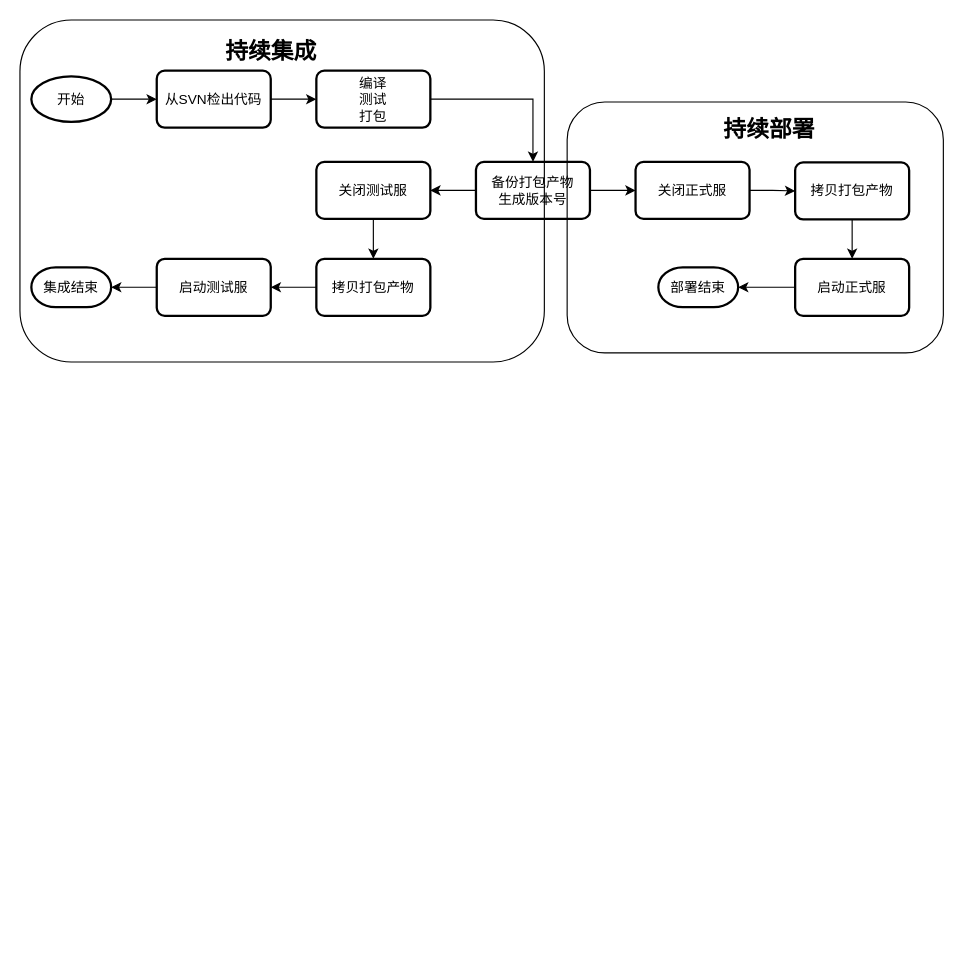
juzq/draw keeps this draw.io diagram as blog/2019/07/canglong_ci/ci_cd.drawio. Above is the earlier version. Source tidied: cells renumbered, new cells numbered last; positions are measured from the earlier drawing's top-left corner, leaving out a move shared by most shapes. Both pictures are drawn from the tidied source at 114%, with x=0, y=0 at pixel (19, 19).
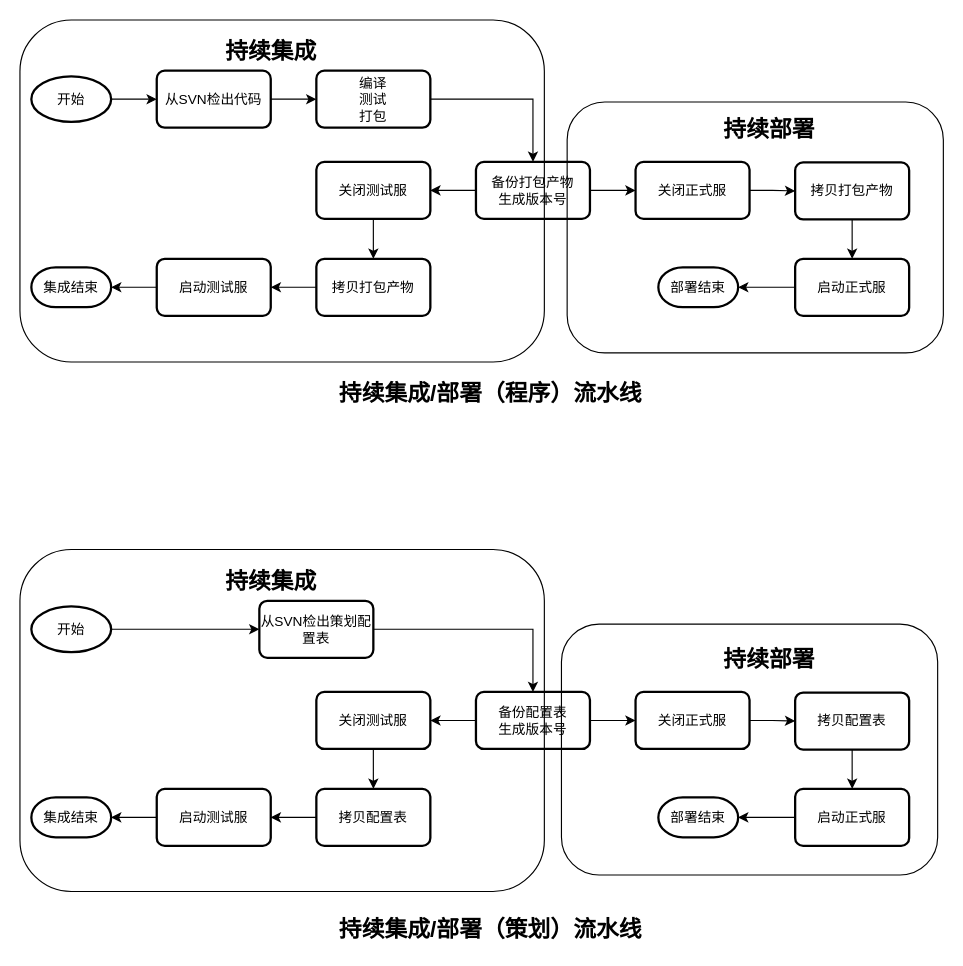
The same page after the edit.

Commit message:
策划流水线

Change to the diagram source:
```diff
@@
+    <mxCell id="29" style="edgeStyle=orthogonalEdgeStyle;rounded=0;jettySize=auto;html=1;" parent="1" edge="1" source="30" target="32">
+      <mxGeometry relative="1" as="geometry" />
+    </mxCell>
+    <mxCell id="30" value="开始" style="strokeWidth=2;html=1;shape=mxgraph.flowchart.start_1;whiteSpace=wrap;" parent="1" vertex="1">
+      <mxGeometry x="10" y="514.5" width="70" height="40" as="geometry" />
+    </mxCell>
+    <mxCell id="31" style="edgeStyle=orthogonalEdgeStyle;rounded=0;jettySize=auto;html=1;entryX=0.5;entryY=0;entryDx=0;entryDy=0;fontSize=20;" parent="1" edge="1" source="32" target="35">
+      <mxGeometry relative="1" as="geometry" />
+    </mxCell>
+    <mxCell id="32" value="从SVN检出策划配置表" style="rounded=1;whiteSpace=wrap;html=1;absoluteArcSize=1;arcSize=14;strokeWidth=2;" parent="1" vertex="1">
+      <mxGeometry x="210" y="509.5" width="100" height="50" as="geometry" />
+    </mxCell>
+    <mxCell id="33" style="edgeStyle=orthogonalEdgeStyle;rounded=0;jettySize=auto;html=1;exitX=0;exitY=0.5;exitDx=0;exitDy=0;entryX=1;entryY=0.5;entryDx=0;entryDy=0;" parent="1" edge="1" source="35" target="37">
+      <mxGeometry relative="1" as="geometry" />
+    </mxCell>
+    <mxCell id="34" style="edgeStyle=orthogonalEdgeStyle;rounded=0;jettySize=auto;html=1;" parent="1" edge="1" source="35" target="44">
+      <mxGeometry relative="1" as="geometry" />
+    </mxCell>
+    <mxCell id="35" value="&lt;div&gt;备份配置表&lt;/div&gt;&lt;div&gt;生成版本号&lt;br&gt;&lt;/div&gt;" style="rounded=1;whiteSpace=wrap;html=1;absoluteArcSize=1;arcSize=14;strokeWidth=2;" parent="1" vertex="1">
+      <mxGeometry x="400" y="589.5" width="100" height="50" as="geometry" />
+    </mxCell>
+    <mxCell id="36" style="edgeStyle=orthogonalEdgeStyle;rounded=0;jettySize=auto;html=1;" parent="1" edge="1" source="37" target="39">
+      <mxGeometry relative="1" as="geometry" />
+    </mxCell>
+    <mxCell id="37" value="关闭测试服" style="rounded=1;whiteSpace=wrap;html=1;absoluteArcSize=1;arcSize=14;strokeWidth=2;" parent="1" vertex="1">
+      <mxGeometry x="260" y="589.5" width="100" height="50" as="geometry" />
+    </mxCell>
+    <mxCell id="38" style="edgeStyle=orthogonalEdgeStyle;rounded=0;jettySize=auto;html=1;" parent="1" edge="1" source="39" target="41">
+      <mxGeometry relative="1" as="geometry" />
+    </mxCell>
+    <mxCell id="39" value="拷贝配置表" style="rounded=1;whiteSpace=wrap;html=1;absoluteArcSize=1;arcSize=14;strokeWidth=2;" parent="1" vertex="1">
+      <mxGeometry x="260" y="674.5" width="100" height="50" as="geometry" />
+    </mxCell>
+    <mxCell id="40" style="edgeStyle=orthogonalEdgeStyle;rounded=0;jettySize=auto;html=1;" parent="1" edge="1" source="41" target="42">
+      <mxGeometry relative="1" as="geometry" />
+    </mxCell>
+    <mxCell id="41" value="启动测试服" style="rounded=1;whiteSpace=wrap;html=1;absoluteArcSize=1;arcSize=14;strokeWidth=2;" parent="1" vertex="1">
+      <mxGeometry x="120" y="674.5" width="100" height="50" as="geometry" />
+    </mxCell>
+    <mxCell id="42" value="集成结束" style="strokeWidth=2;html=1;shape=mxgraph.flowchart.terminator;whiteSpace=wrap;" parent="1" vertex="1">
+      <mxGeometry x="10" y="682" width="70" height="35" as="geometry" />
+    </mxCell>
+    <mxCell id="43" style="edgeStyle=orthogonalEdgeStyle;rounded=0;jettySize=auto;html=1;" parent="1" edge="1" source="44" target="46">
+      <mxGeometry relative="1" as="geometry" />
+    </mxCell>
+    <mxCell id="44" value="关闭正式服" style="rounded=1;whiteSpace=wrap;html=1;absoluteArcSize=1;arcSize=14;strokeWidth=2;" parent="1" vertex="1">
+      <mxGeometry x="540" y="589.5" width="100" height="50" as="geometry" />
+    </mxCell>
+    <mxCell id="45" style="edgeStyle=orthogonalEdgeStyle;rounded=0;jettySize=auto;html=1;" parent="1" edge="1" source="46" target="48">
+      <mxGeometry relative="1" as="geometry" />
+    </mxCell>
+    <mxCell id="46" value="拷贝配置表" style="rounded=1;whiteSpace=wrap;html=1;absoluteArcSize=1;arcSize=14;strokeWidth=2;" parent="1" vertex="1">
+      <mxGeometry x="680" y="590" width="100" height="50" as="geometry" />
+    </mxCell>
+    <mxCell id="47" style="edgeStyle=orthogonalEdgeStyle;rounded=0;jettySize=auto;html=1;" parent="1" edge="1" source="48" target="49">
+      <mxGeometry relative="1" as="geometry" />
+    </mxCell>
+    <mxCell id="48" value="启动正式服" style="rounded=1;whiteSpace=wrap;html=1;absoluteArcSize=1;arcSize=14;strokeWidth=2;" parent="1" vertex="1">
+      <mxGeometry x="680" y="674.5" width="100" height="50" as="geometry" />
+    </mxCell>
+    <mxCell id="49" value="部署结束" style="strokeWidth=2;html=1;shape=mxgraph.flowchart.terminator;whiteSpace=wrap;" parent="1" vertex="1">
+      <mxGeometry x="560" y="682" width="70" height="35" as="geometry" />
+    </mxCell>
+    <mxCell id="50" style="rounded=1;whiteSpace=wrap;html=1;fillColor=none;" parent="1" vertex="1">
+      <mxGeometry x="475" y="530" width="330" height="220" as="geometry" />
+    </mxCell>
+    <mxCell id="51" value="持续集成" style="text;html=1;strokeColor=none;fillColor=none;align=center;verticalAlign=middle;whiteSpace=wrap;rounded=0;fontStyle=1;fontSize=20;" parent="1" vertex="1">
+      <mxGeometry x="172.5" y="477" width="95" height="30" as="geometry" />
+    </mxCell>
+    <mxCell id="52" value="持续部署" style="text;html=1;strokeColor=none;fillColor=none;align=center;verticalAlign=middle;whiteSpace=wrap;rounded=0;fontStyle=1;fontSize=20;" parent="1" vertex="1">
+      <mxGeometry x="610" y="544.5" width="95" height="30" as="geometry" />
+    </mxCell>
+    <mxCell id="53" style="rounded=1;whiteSpace=wrap;html=1;fillColor=none;" parent="1" vertex="1">
+      <mxGeometry y="464.5" width="460" height="300" as="geometry" />
+    </mxCell>
+    <mxCell id="54" value="持续集成/部署（程序）流水线" style="text;html=1;strokeColor=none;fillColor=none;align=center;verticalAlign=middle;whiteSpace=wrap;rounded=0;fontStyle=1;fontSize=20;" parent="1" vertex="1">
+      <mxGeometry x="243" y="312" width="340" height="30" as="geometry" />
+    </mxCell>
+    <mxCell id="55" value="持续集成/部署（策划）流水线" style="text;html=1;strokeColor=none;fillColor=none;align=center;verticalAlign=middle;whiteSpace=wrap;rounded=0;fontStyle=1;fontSize=20;" parent="1" vertex="1">
+      <mxGeometry x="243" y="782" width="340" height="30" as="geometry" />
+    </mxCell>
```
